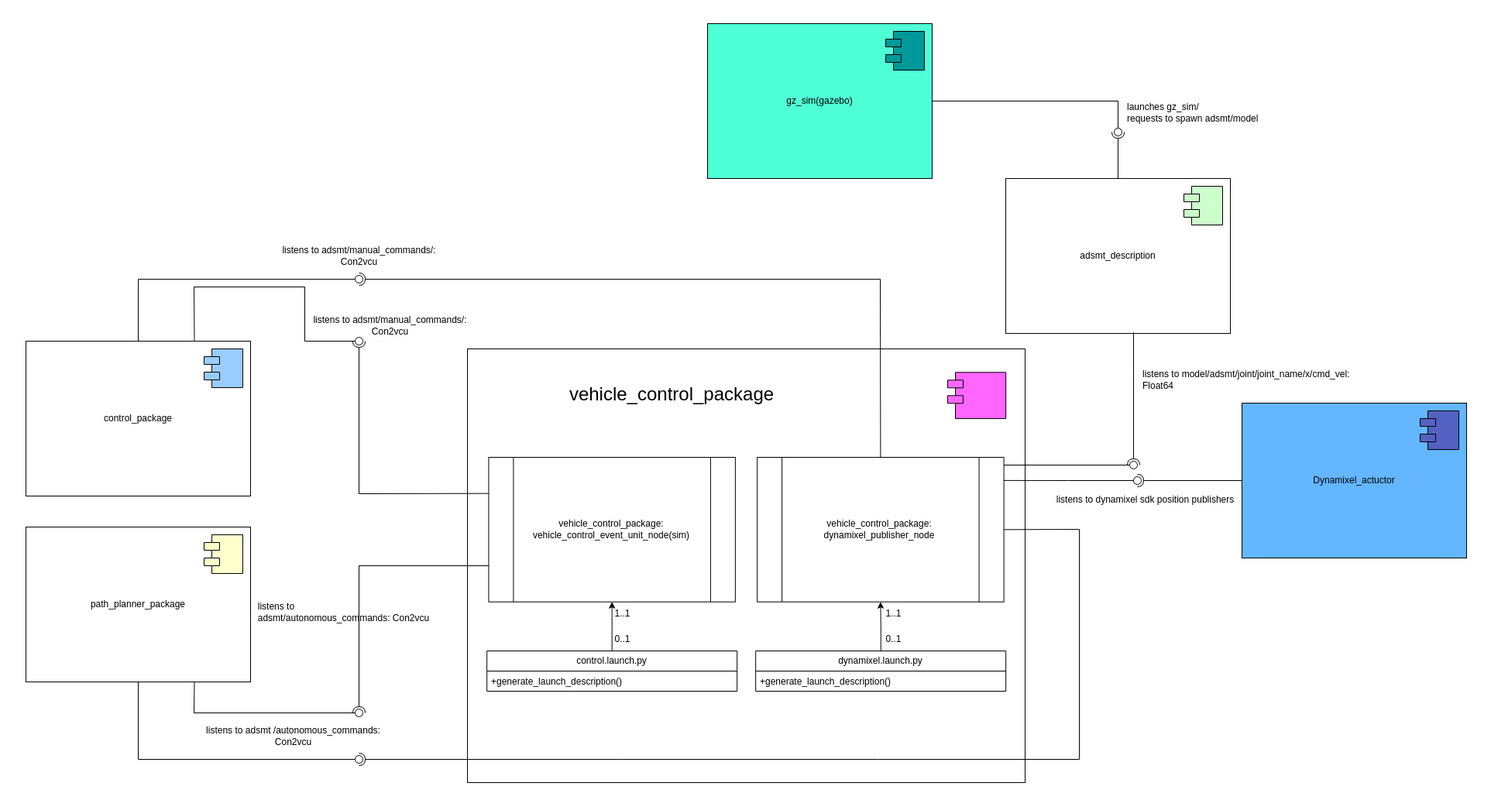
Before: docs/technical_imgs/vehicle_control_package.png, a diagram exported from draw.io (zin-lin/annex_adsmt_ws). Source tidied: cells renumbered, new cells last; positions are measured from the earlier drawing's top-left corner, leaving out a move shared by most shapes.
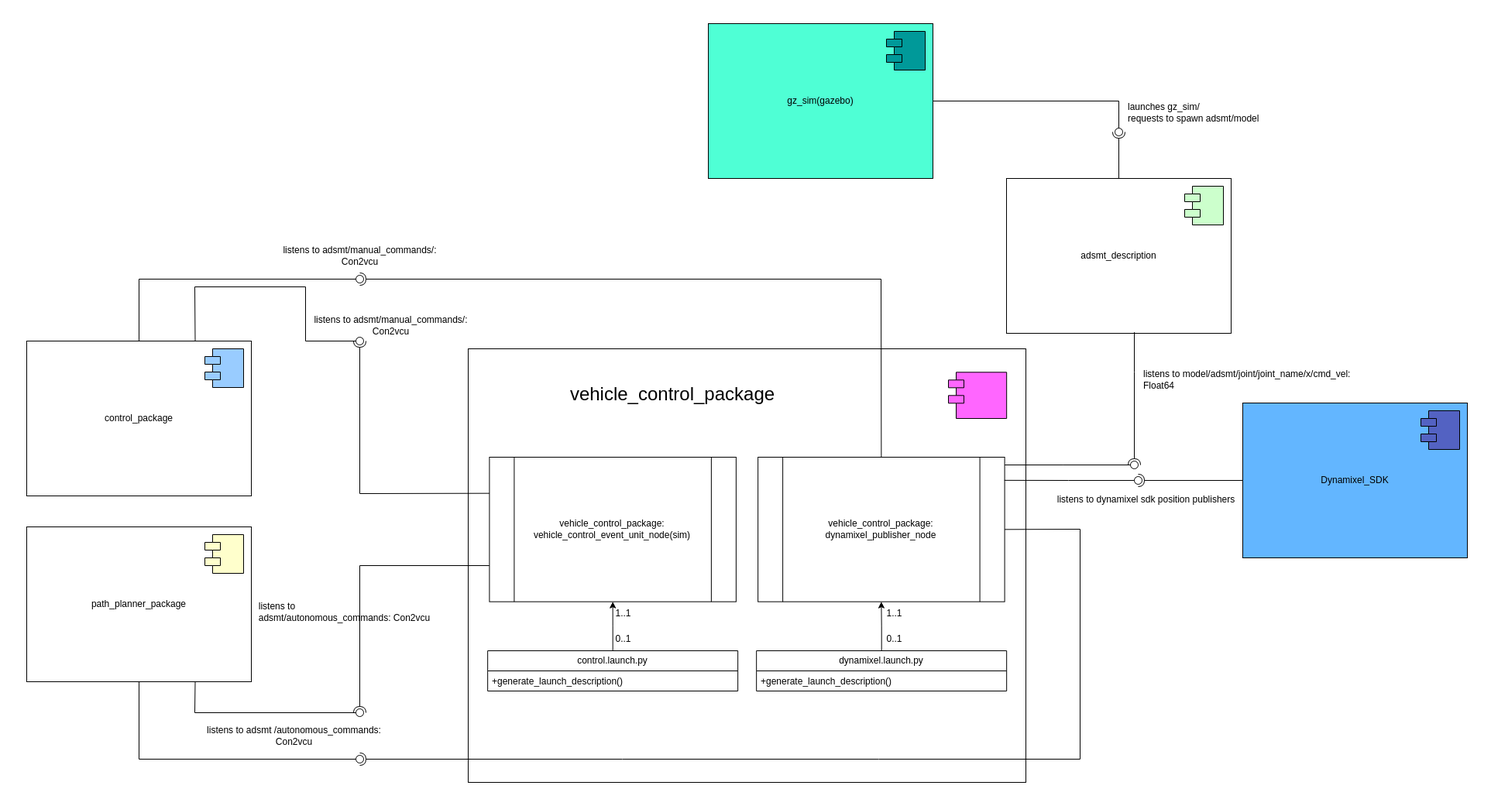
After the commit.

What changed in the source:
```diff
@@ -150,7 +150,7 @@
     <mxCell id="33" style="group;fillColor=#4986FF;" parent="1" vertex="1">
       <mxGeometry x="1570" y="490" width="290" height="200" as="geometry" />
     </mxCell>
-    <mxCell id="34" value="Dynamixel_actuctor" style="rounded=0;whiteSpace=wrap;html=1;fillColor=#63B6FF;" parent="33" vertex="1">
+    <mxCell id="34" value="Dynamixel_SDK" style="rounded=0;whiteSpace=wrap;html=1;fillColor=#63B6FF;" parent="33" vertex="1">
       <mxGeometry width="290" height="200" as="geometry" />
     </mxCell>
     <mxCell id="35" style="shape=module;align=left;spacingLeft=20;align=center;verticalAlign=top;whiteSpace=wrap;html=1;fillColor=#5362C2;" parent="33" vertex="1">
```
